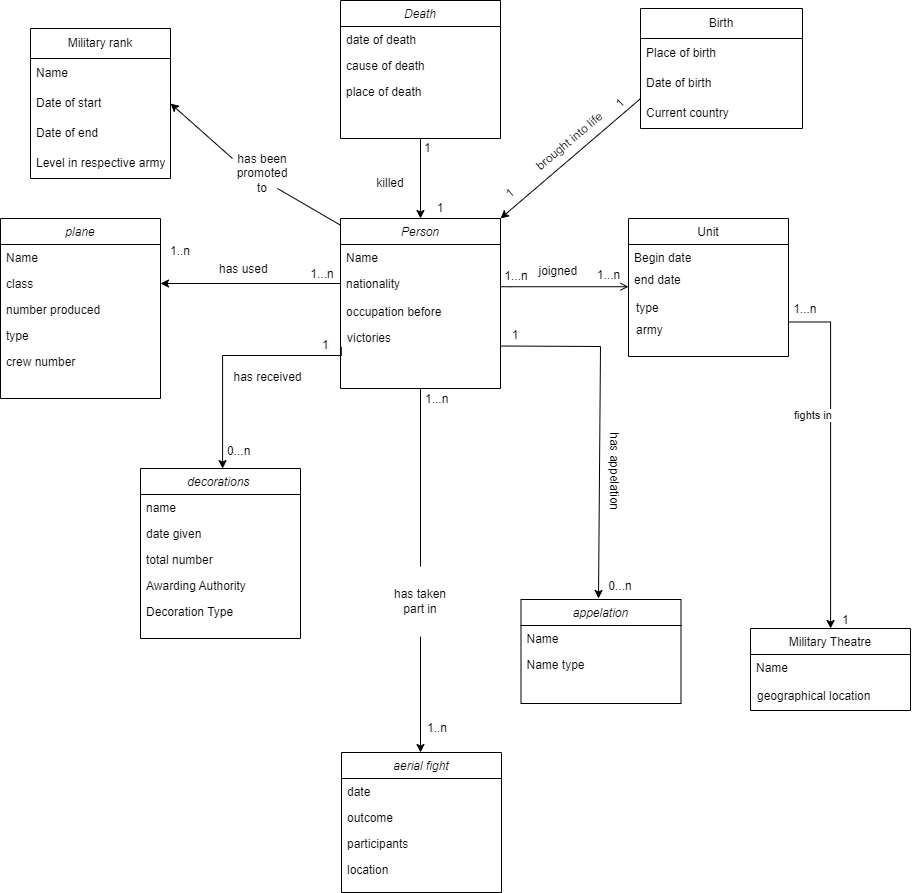
Earlier version of the draw.io export testmodele.drawio.png (samohTDNM/Les-as-de-la-Grande-Guerre-). Source tidied: cells renumbered, new cells last; positions are measured from the earlier drawing's top-left corner, leaving out a move shared by most shapes.
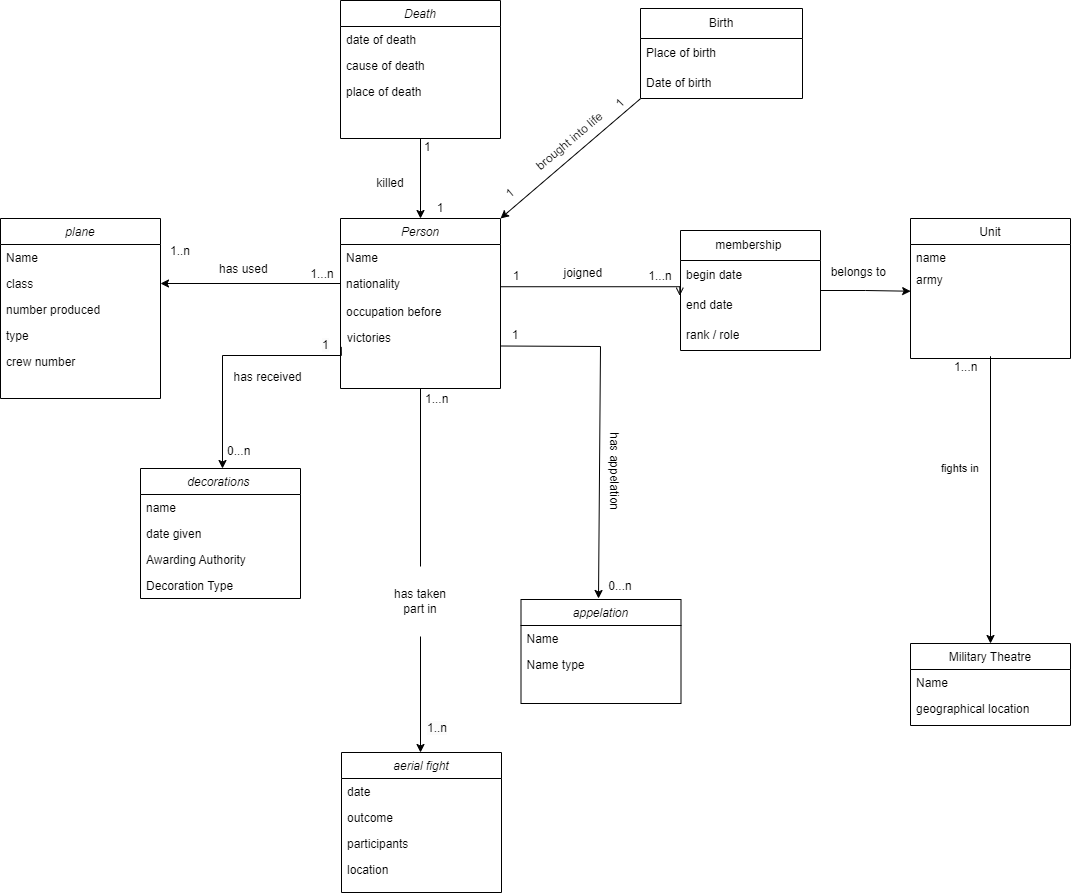
After the change.

Change to the diagram source:
```diff
@@ -11,27 +11,31 @@
     <mxCell id="4" value="nationality&#10;" style="text;align=left;verticalAlign=top;spacingLeft=4;spacingRight=4;overflow=hidden;points=[[0,0.5],[1,0.5]];portConstraint=eastwest;rounded=0;shadow=0;html=0;" parent="2" vertex="1">
       <mxGeometry y="52" width="160" height="26" as="geometry" />
     </mxCell>
-    <mxCell id="5" style="edgeStyle=orthogonalEdgeStyle;rounded=0;jettySize=auto;html=1;exitX=1;exitY=0.75;exitDx=0;exitDy=0;" parent="1" edge="1" source="7" target="32">
-      <mxGeometry relative="1" as="geometry" />
+    <mxCell id="5" style="edgeStyle=orthogonalEdgeStyle;rounded=0;jettySize=auto;html=1;exitX=0.5;exitY=1;exitDx=0;exitDy=0;" parent="1" edge="1" source="7" target="32">
+      <mxGeometry relative="1" as="geometry">
+        <Array as="points">
+          <mxPoint x="990" y="356" />
+          <mxPoint x="990" y="684" />
+        </Array>
+      </mxGeometry>
     </mxCell>
     <mxCell id="6" value="fights in&amp;nbsp;" style="edgeLabel;html=1;align=center;verticalAlign=middle;" parent="5" vertex="1">
       <mxGeometry x="-0.19" y="-2" relative="1" as="geometry">
-        <mxPoint x="-15" y="-7" as="offset" />
+        <mxPoint x="-28" y="-4" as="offset" />
       </mxGeometry>
     </mxCell>
     <mxCell id="7" value="Unit" style="swimlane;fontStyle=0;align=center;verticalAlign=top;horizontal=1;startSize=26;rounded=0;shadow=0;strokeWidth=1;" parent="1" vertex="1">
-      <mxGeometry x="628" y="218" width="160" height="138" as="geometry" />
+      <mxGeometry x="910" y="218" width="160" height="140" as="geometry" />
     </mxCell>
-    <mxCell id="8" value="Begin date" style="text;align=left;verticalAlign=top;spacingLeft=4;spacingRight=4;overflow=hidden;" parent="7" vertex="1">
+    <mxCell id="8" value="name " style="text;align=left;verticalAlign=top;spacingLeft=4;spacingRight=4;overflow=hidden;" parent="7" vertex="1">
       <mxGeometry y="26" width="160" height="22" as="geometry" />
     </mxCell>
-    <mxCell id="9" value="end date" style="text;align=left;verticalAlign=top;spacingLeft=4;spacingRight=4;overflow=hidden;rounded=0;shadow=0;html=0;" parent="7" vertex="1">
+    <mxCell id="9" value="army " style="text;align=left;verticalAlign=top;spacingLeft=4;spacingRight=4;overflow=hidden;rounded=0;shadow=0;html=0;" parent="7" vertex="1">
       <mxGeometry y="48" width="160" height="26" as="geometry" />
     </mxCell>
-    <mxCell id="10" style="endArrow=open;shadow=0;strokeWidth=1;rounded=0;curved=0;endFill=1;edgeStyle=elbowEdgeStyle;elbow=vertical;" parent="1" edge="1">
+    <mxCell id="10" style="endArrow=open;shadow=0;strokeWidth=1;rounded=0;curved=0;endFill=1;edgeStyle=elbowEdgeStyle;elbow=vertical;entryX=0.308;entryY=0.049;entryDx=0;entryDy=0;entryPerimeter=0;" parent="1" edge="1" target="55">
       <mxGeometry x="0.5" y="41" relative="1" as="geometry">
         <mxPoint x="500" y="286.2" as="sourcePoint" />
-        <mxPoint x="628" y="286.2" as="targetPoint" />
         <Array as="points">
           <mxPoint x="510" y="286.2" />
         </Array>
@@ -40,7 +44,7 @@
     </mxCell>
     <mxCell id="11" value="1...n" style="align=right;verticalAlign=bottom;labelBackgroundColor=none;fontSize=12;" parent="10" vertex="1">
       <mxGeometry x="1" relative="1" as="geometry">
-        <mxPoint x="-7" y="-4" as="offset" />
+        <mxPoint x="-7" y="-12" as="offset" />
       </mxGeometry>
     </mxCell>
     <mxCell id="12" style="edgeStyle=orthogonalEdgeStyle;rounded=0;orthogonalLoop=1;jettySize=auto;html=1;exitX=0.061;exitY=0.746;exitDx=0;exitDy=0;exitPerimeter=0;" parent="1" edge="1">
@@ -75,8 +79,8 @@
       <mxGeometry y="130" width="160" height="26" as="geometry" />
     </mxCell>
     <mxCell id="20" value="joigned&amp;nbsp;" style="text;html=1;align=center;verticalAlign=middle;labelBackgroundColor=none;rounded=0;shadow=0;strokeWidth=1;fontSize=12;" parent="1" vertex="1">
-      <mxGeometry x="550" y="284" as="geometry">
-        <mxPoint x="8" y="-14" as="offset" />
+      <mxGeometry x="590" y="284" as="geometry">
+        <mxPoint x="-7" y="-12" as="offset" />
       </mxGeometry>
     </mxCell>
     <mxCell id="21" style="edgeStyle=orthogonalEdgeStyle;rounded=0;jettySize=auto;html=1;entryX=0.5;entryY=0;entryDx=0;entryDy=0;" parent="1" edge="1" source="22" target="2">
@@ -115,13 +119,16 @@
       </mxGeometry>
     </mxCell>
     <mxCell id="32" value="Military Theatre" style="swimlane;fontStyle=0;align=center;verticalAlign=top;horizontal=1;startSize=26;rounded=0;shadow=0;strokeWidth=1;" parent="1" vertex="1">
-      <mxGeometry x="750" y="628" width="160" height="82" as="geometry" />
+      <mxGeometry x="910" y="643" width="160" height="82" as="geometry" />
     </mxCell>
     <mxCell id="33" value="Name" style="text;align=left;verticalAlign=top;spacingLeft=4;spacingRight=4;overflow=hidden;rounded=0;shadow=0;html=0;" parent="32" vertex="1">
       <mxGeometry y="26" width="160" height="26" as="geometry" />
     </mxCell>
+    <mxCell id="54" value="geographical location&#10;" style="text;align=left;verticalAlign=top;spacingLeft=4;spacingRight=4;overflow=hidden;rounded=0;shadow=0;html=0;" parent="32" vertex="1">
+      <mxGeometry y="52" width="160" height="26" as="geometry" />
+    </mxCell>
     <mxCell id="34" value="decorations " style="swimlane;fontStyle=2;align=center;verticalAlign=top;horizontal=1;startSize=26;rounded=0;shadow=0;strokeWidth=1;" parent="1" vertex="1">
-      <mxGeometry x="140" y="468" width="160" height="170" as="geometry" />
+      <mxGeometry x="140" y="468" width="160" height="130" as="geometry" />
     </mxCell>
     <mxCell id="35" value="name" style="text;align=left;verticalAlign=top;spacingLeft=4;spacingRight=4;overflow=hidden;" parent="34" vertex="1">
       <mxGeometry y="26" width="160" height="26" as="geometry" />
@@ -129,14 +136,11 @@
     <mxCell id="36" value="date given" style="text;align=left;verticalAlign=top;spacingLeft=4;spacingRight=4;overflow=hidden;rounded=0;shadow=0;html=0;" parent="34" vertex="1">
       <mxGeometry y="52" width="160" height="26" as="geometry" />
     </mxCell>
-    <mxCell id="37" value="total number " style="text;align=left;verticalAlign=top;spacingLeft=4;spacingRight=4;overflow=hidden;rounded=0;shadow=0;html=0;" parent="34" vertex="1">
-      <mxGeometry y="78" width="160" height="26" as="geometry" />
-    </mxCell>
     <mxCell id="38" value="Awarding Authority" style="text;align=left;verticalAlign=top;spacingLeft=4;spacingRight=4;overflow=hidden;rounded=0;shadow=0;html=0;" parent="34" vertex="1">
-      <mxGeometry y="104" width="160" height="26" as="geometry" />
+      <mxGeometry y="78" width="160" height="26" as="geometry" />
     </mxCell>
     <mxCell id="39" value="Decoration Type" style="text;align=left;verticalAlign=top;spacingLeft=4;spacingRight=4;overflow=hidden;rounded=0;shadow=0;html=0;" parent="34" vertex="1">
-      <mxGeometry y="130" width="160" height="26" as="geometry" />
+      <mxGeometry y="104" width="160" height="26" as="geometry" />
     </mxCell>
     <mxCell id="40" value="&lt;br style=&quot;forced-color-adjust: none; padding: 0px; margin: 0px; color: rgb(0, 0, 0); font-family: Helvetica; font-size: 12px; font-style: normal; font-variant-ligatures: normal; font-variant-caps: normal; font-weight: 400; letter-spacing: normal; orphans: 2; text-align: left; text-indent: 0px; text-transform: none; widows: 2; word-spacing: 0px; -webkit-text-stroke-width: 0px; white-space: nowrap; background-color: rgb(251, 251, 251); text-decoration-thickness: initial; text-decoration-style: initial; text-decoration-color: initial;&quot;&gt;&lt;span style=&quot;color: rgb(0, 0, 0); font-family: Helvetica; font-size: 12px; font-style: normal; font-variant-ligatures: normal; font-variant-caps: normal; font-weight: 400; letter-spacing: normal; orphans: 2; text-align: left; text-indent: 0px; text-transform: none; widows: 2; word-spacing: 0px; -webkit-text-stroke-width: 0px; white-space: nowrap; background-color: rgb(251, 251, 251); text-decoration-thickness: initial; text-decoration-style: initial; text-decoration-color: initial; display: inline !important; float: none;&quot;&gt;1&lt;/span&gt;" style="text;whiteSpace=wrap;html=1;" parent="1" vertex="1">
       <mxGeometry x="320" y="317" width="40" height="50" as="geometry" />
@@ -154,7 +158,7 @@
       <mxGeometry y="52" width="160" height="26" as="geometry" />
     </mxCell>
     <mxCell id="45" value="&#10;" style="text;align=left;verticalAlign=top;spacingLeft=4;spacingRight=4;overflow=hidden;rounded=0;shadow=0;html=0;" parent="42" vertex="1">
-      <mxGeometry y="78" width="160" height="26" as="geometry" />
+      <mxGeometry y="78" width="160" height="2" as="geometry" />
     </mxCell>
     <mxCell id="46" value="has appelation&amp;nbsp;" style="text;html=1;align=center;verticalAlign=middle;whiteSpace=wrap;rounded=0;rotation=90;" parent="1" vertex="1">
       <mxGeometry x="543.5" y="457" width="140" height="30" as="geometry" />
@@ -165,7 +169,7 @@
       </mxGeometry>
     </mxCell>
     <mxCell id="48" value="Birth" style="swimlane;fontStyle=0;horizontal=1;startSize=30;whiteSpace=wrap;html=1;" parent="1" vertex="1">
-      <mxGeometry x="640" y="8" width="162" height="120" as="geometry" />
+      <mxGeometry x="640" y="8" width="162" height="90" as="geometry" />
     </mxCell>
     <mxCell id="49" value="Place of birth" style="text;strokeColor=none;fillColor=none;align=left;verticalAlign=middle;spacingLeft=4;spacingRight=4;overflow=hidden;whiteSpace=wrap;html=1;" parent="48" vertex="1">
       <mxGeometry y="30" width="162" height="30" as="geometry" />
@@ -173,29 +177,20 @@
     <mxCell id="50" value="Date of birth&amp;nbsp;" style="text;strokeColor=none;fillColor=none;align=left;verticalAlign=middle;spacingLeft=4;spacingRight=4;overflow=hidden;points=[[0,0.5],[1,0.5]];portConstraint=eastwest;whiteSpace=wrap;html=1;" parent="48" vertex="1">
       <mxGeometry y="60" width="162" height="30" as="geometry" />
     </mxCell>
-    <mxCell id="51" value="Current country" style="text;strokeColor=none;fillColor=none;align=left;verticalAlign=middle;spacingLeft=4;spacingRight=4;overflow=hidden;whiteSpace=wrap;html=1;" parent="48" vertex="1">
-      <mxGeometry y="90" width="162" height="30" as="geometry" />
-    </mxCell>
     <mxCell id="52" value="brought into life&amp;nbsp;" style="text;html=1;align=center;verticalAlign=middle;whiteSpace=wrap;rounded=0;rotation=-40;" parent="1" vertex="1">
       <mxGeometry x="510" y="128" width="120.9" height="23.5" as="geometry" />
     </mxCell>
     <mxCell id="53" value="has received" style="text;html=1;align=center;verticalAlign=middle;whiteSpace=wrap;rounded=0;" parent="1" vertex="1">
       <mxGeometry x="225" y="356" width="85" height="41" as="geometry" />
     </mxCell>
-    <mxCell id="54" value="geographical location&#10;" style="text;align=left;verticalAlign=top;spacingLeft=4;spacingRight=4;overflow=hidden;rounded=0;shadow=0;html=0;" parent="1" vertex="1">
-      <mxGeometry x="751" y="682" width="160" height="26" as="geometry" />
-    </mxCell>
-    <mxCell id="55" value="type&#10;" style="text;align=left;verticalAlign=top;spacingLeft=4;spacingRight=4;overflow=hidden;points=[[0,0.5],[1,0.5]];portConstraint=eastwest;rounded=0;shadow=0;html=0;" parent="1" vertex="1">
+    <mxCell id="55" value="&#10;" style="text;align=left;verticalAlign=top;spacingLeft=4;spacingRight=4;overflow=hidden;points=[[0,0.5],[1,0.5]];portConstraint=eastwest;rounded=0;shadow=0;html=0;" parent="1" vertex="1">
       <mxGeometry x="630" y="294" width="160" height="26" as="geometry" />
     </mxCell>
     <mxCell id="56" value="1...n" style="align=right;verticalAlign=bottom;labelBackgroundColor=none;fontSize=12;" parent="1" vertex="1">
-      <mxGeometry x="817" y="316.7" as="geometry" />
+      <mxGeometry x="990" y="367" as="geometry">
+        <mxPoint x="-12" y="8" as="offset" />
+      </mxGeometry>
     </mxCell>
-    <mxCell id="57" value="&#10;1" style="align=left;verticalAlign=bottom;labelBackgroundColor=none;fontSize=12;" parent="1" vertex="1">
-      <mxGeometry x="845" y="601" as="geometry">
-        <mxPoint x="-5" y="26" as="offset" />
-      </mxGeometry>
-    </mxCell>
     <mxCell id="58" value="killed" style="text;html=1;align=center;verticalAlign=middle;whiteSpace=wrap;rounded=0;" parent="1" vertex="1">
       <mxGeometry x="360" y="168" width="60" height="29.5" as="geometry" />
     </mxCell>
@@ -207,9 +202,6 @@
     <mxCell id="60" value="&lt;br style=&quot;forced-color-adjust: none; padding: 0px; margin: 0px; color: rgb(0, 0, 0); font-family: Helvetica; font-size: 12px; font-style: normal; font-variant-ligatures: normal; font-variant-caps: normal; font-weight: 400; letter-spacing: normal; orphans: 2; text-align: left; text-indent: 0px; text-transform: none; widows: 2; word-spacing: 0px; -webkit-text-stroke-width: 0px; white-space: nowrap; background-color: rgb(251, 251, 251); text-decoration-thickness: initial; text-decoration-style: initial; text-decoration-color: initial;&quot;&gt;&lt;span style=&quot;color: rgb(0, 0, 0); font-family: Helvetica; font-size: 12px; font-style: normal; font-variant-ligatures: normal; font-variant-caps: normal; font-weight: 400; letter-spacing: normal; orphans: 2; text-align: left; text-indent: 0px; text-transform: none; widows: 2; word-spacing: 0px; -webkit-text-stroke-width: 0px; white-space: nowrap; background-color: rgb(251, 251, 251); text-decoration-thickness: initial; text-decoration-style: initial; text-decoration-color: initial; display: inline !important; float: none;&quot;&gt;1..n&lt;/span&gt;" style="text;whiteSpace=wrap;html=1;" parent="1" vertex="1">
       <mxGeometry x="425" y="700" width="50" height="38" as="geometry" />
     </mxCell>
-    <mxCell id="61" value="army" style="text;align=left;verticalAlign=top;spacingLeft=4;spacingRight=4;overflow=hidden;rounded=0;shadow=0;html=0;" parent="1" vertex="1">
-      <mxGeometry x="630" y="316" width="160" height="26" as="geometry" />
-    </mxCell>
     <mxCell id="62" value="1" style="align=left;verticalAlign=bottom;labelBackgroundColor=none;fontSize=12;" parent="1" vertex="1">
       <mxGeometry x="503" y="303" as="geometry">
         <mxPoint x="-81" y="-148" as="offset" />
@@ -258,7 +250,7 @@
     <mxCell id="74" value="1" style="text;html=1;align=center;verticalAlign=middle;whiteSpace=wrap;rounded=0;" parent="1" vertex="1">
       <mxGeometry x="500" y="325" width="30" height="20" as="geometry" />
     </mxCell>
-    <mxCell id="75" value="1...n" style="text;html=1;align=center;verticalAlign=middle;whiteSpace=wrap;rounded=0;" parent="1" vertex="1">
+    <mxCell id="75" value="1" style="text;html=1;align=center;verticalAlign=middle;whiteSpace=wrap;rounded=0;" parent="1" vertex="1">
       <mxGeometry x="501" y="266" width="30" height="20" as="geometry" />
     </mxCell>
     <mxCell id="76" value="0...n" style="text;html=1;align=center;verticalAlign=middle;whiteSpace=wrap;rounded=0;" parent="1" vertex="1">
@@ -270,32 +262,28 @@
     <mxCell id="78" value="victories&#10;" style="text;align=left;verticalAlign=top;spacingLeft=4;spacingRight=4;overflow=hidden;rounded=0;shadow=0;html=0;" parent="1" vertex="1">
       <mxGeometry x="341" y="324" width="160" height="26" as="geometry" />
     </mxCell>
-    <mxCell id="79" value="Military rank" style="swimlane;fontStyle=0;horizontal=1;startSize=30;whiteSpace=wrap;html=1;" parent="1" vertex="1">
-      <mxGeometry x="30" y="28" width="140" height="150" as="geometry" />
-    </mxCell>
-    <mxCell id="80" value="Name" style="text;strokeColor=none;fillColor=none;align=left;verticalAlign=middle;spacingLeft=4;spacingRight=4;overflow=hidden;whiteSpace=wrap;html=1;" parent="79" vertex="1">
-      <mxGeometry y="30" width="140" height="30" as="geometry" />
-    </mxCell>
-    <mxCell id="81" value="Date of start" style="text;strokeColor=none;fillColor=none;align=left;verticalAlign=middle;spacingLeft=4;spacingRight=4;overflow=hidden;points=[[0,0.5],[1,0.5]];portConstraint=eastwest;whiteSpace=wrap;html=1;" parent="79" vertex="1">
-      <mxGeometry y="60" width="140" height="30" as="geometry" />
-    </mxCell>
-    <mxCell id="82" value="Date of end" style="text;strokeColor=none;fillColor=none;align=left;verticalAlign=middle;spacingLeft=4;spacingRight=4;overflow=hidden;whiteSpace=wrap;html=1;" parent="79" vertex="1">
-      <mxGeometry y="90" width="140" height="30" as="geometry" />
-    </mxCell>
-    <mxCell id="83" value="Level in respective army" style="text;strokeColor=none;fillColor=none;align=left;verticalAlign=middle;spacingLeft=4;spacingRight=4;overflow=hidden;whiteSpace=wrap;html=1;" parent="79" vertex="1">
-      <mxGeometry y="120" width="140" height="30" as="geometry" />
-    </mxCell>
-    <mxCell id="84" style="endArrow=classic;html=1;rounded=0;entryX=1;entryY=0.5;entryDx=0;entryDy=0;exitX=0;exitY=0;exitDx=0;exitDy=0;" parent="1" edge="1" source="85" target="81">
-      <mxGeometry relative="1" as="geometry" />
-    </mxCell>
-    <mxCell id="85" value="has been promoted to" style="text;html=1;align=center;verticalAlign=middle;whiteSpace=wrap;rounded=0;" parent="1" vertex="1">
-      <mxGeometry x="232" y="158" width="60" height="30" as="geometry" />
-    </mxCell>
-    <mxCell id="86" style="endArrow=none;html=1;rounded=0;entryX=0.75;entryY=1;entryDx=0;entryDy=0;exitX=0.001;exitY=0.04;exitDx=0;exitDy=0;exitPerimeter=0;" parent="1" edge="1" source="2" target="85">
-      <mxGeometry relative="1" as="geometry" />
-    </mxCell>
     <mxCell id="87" value="has used&amp;nbsp;" style="text;html=1;align=center;verticalAlign=middle;whiteSpace=wrap;rounded=0;" parent="1" vertex="1">
       <mxGeometry x="215" y="254" width="60" height="30" as="geometry" />
     </mxCell>
+    <mxCell id="88" style="edgeStyle=orthogonalEdgeStyle;rounded=0;jettySize=auto;html=1;entryX=-0.049;entryY=0.951;entryDx=0;entryDy=0;entryPerimeter=0;exitX=1;exitY=0.5;exitDx=0;exitDy=0;" parent="1" edge="1" source="89">
+      <mxGeometry relative="1" as="geometry">
+        <mxPoint x="910.2" y="290.7" as="targetPoint" />
+      </mxGeometry>
+    </mxCell>
+    <mxCell id="89" value="membership&amp;nbsp;" style="swimlane;fontStyle=0;horizontal=1;startSize=30;whiteSpace=wrap;html=1;" parent="1" vertex="1">
+      <mxGeometry x="680" y="230" width="140" height="120" as="geometry" />
+    </mxCell>
+    <mxCell id="90" value="begin date&amp;nbsp;" style="text;strokeColor=none;fillColor=none;align=left;verticalAlign=middle;spacingLeft=4;spacingRight=4;overflow=hidden;whiteSpace=wrap;html=1;" parent="89" vertex="1">
+      <mxGeometry y="30" width="140" height="30" as="geometry" />
+    </mxCell>
+    <mxCell id="91" value="end date&amp;nbsp;" style="text;strokeColor=none;fillColor=none;align=left;verticalAlign=middle;spacingLeft=4;spacingRight=4;overflow=hidden;whiteSpace=wrap;html=1;" parent="89" vertex="1">
+      <mxGeometry y="60" width="140" height="30" as="geometry" />
+    </mxCell>
+    <mxCell id="92" value="rank / role" style="text;strokeColor=none;fillColor=none;align=left;verticalAlign=middle;spacingLeft=4;spacingRight=4;overflow=hidden;whiteSpace=wrap;html=1;" parent="89" vertex="1">
+      <mxGeometry y="90" width="140" height="30" as="geometry" />
+    </mxCell>
+    <mxCell id="93" value="belongs to&amp;nbsp;" style="text;html=1;align=center;verticalAlign=middle;whiteSpace=wrap;rounded=0;" parent="1" vertex="1">
+      <mxGeometry x="820" y="266" width="80" height="11" as="geometry" />
+    </mxCell>
   </root>
 </mxGraphModel>
```
